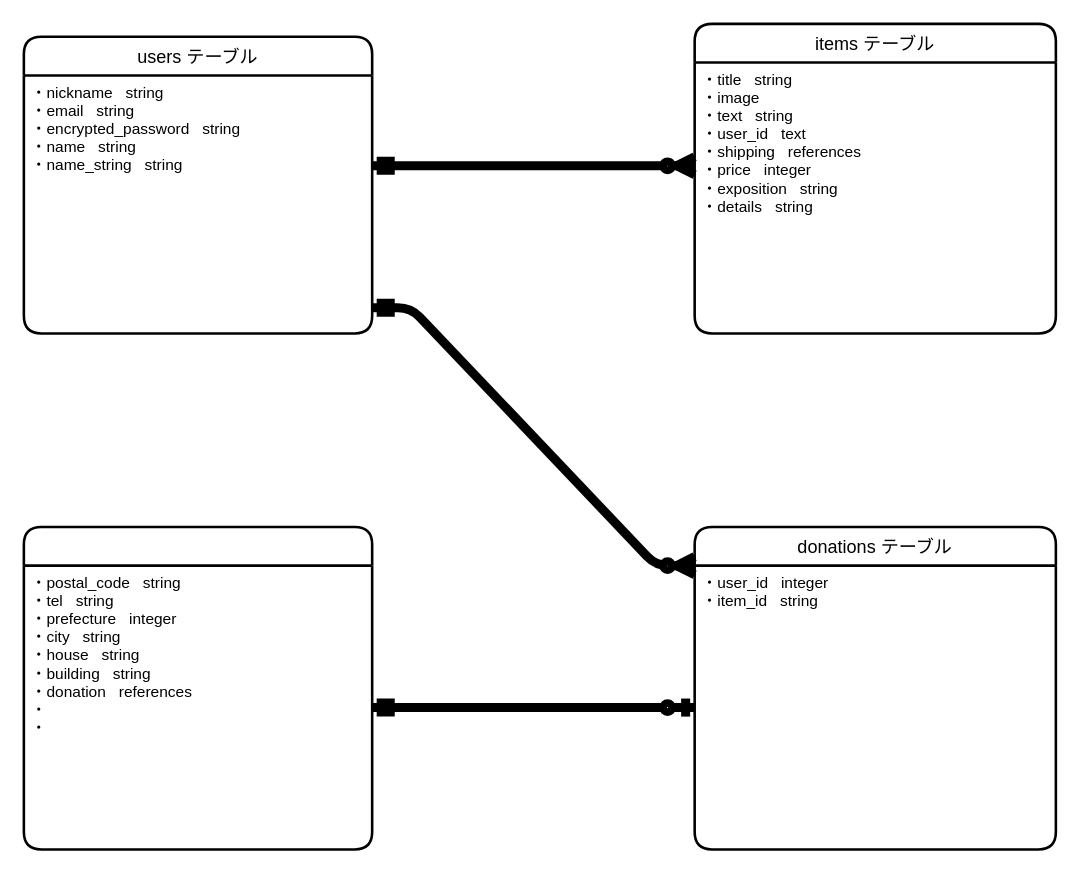
This is text.dio from mumusanaominn/furima-35950, a draw.io file, before an edit. Source tidied: cells renumbered, new cells numbered last; positions are measured from the earlier drawing's top-left corner, leaving out a move shared by most shapes. Both pictures are drawn from the tidied source at 129%, with x=0, y=0 at pixel (23, 23).
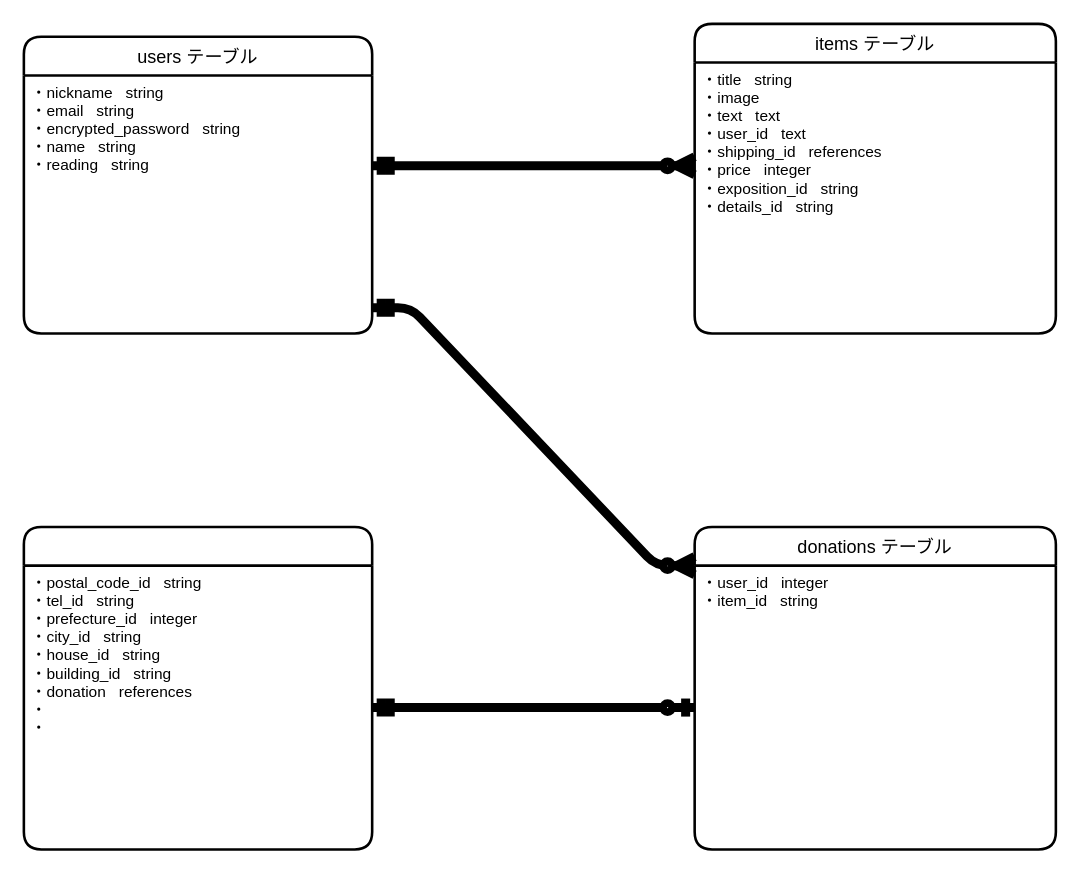
The same page after the edit.

Commit message (it also covers changes not shown here):
データベース再提出

Diff of the diagram source:
```diff
@@
 <mxGraphModel>
   <root>
     <mxCell id="0" />
     <mxCell id="1" parent="0" />
     <mxCell id="2" value="items テーブル" style="swimlane;horizontal=1;startSize=30;rounded=1;fontSize=14;fontStyle=0;strokeWidth=2;shadow=0;dashed=0;align=center;" parent="1" vertex="1">
       <mxGeometry x="520" width="280" height="240" as="geometry" />
     </mxCell>
-    <mxCell id="3" value="・title   string&#10;・image&#10;・text   string&#10;・user_id   text&#10;・shipping   references&#10;・price   integer　&#10;・exposition   string&#10;・details   string" style="align=left;strokeColor=none;fillColor=none;spacingLeft=4;fontSize=12;verticalAlign=top;" parent="2" vertex="1">
+    <mxCell id="3" value="・title   string&#10;・image&#10;・text   text&#10;・user_id   text&#10;・shipping_id   references&#10;・price   integer　&#10;・exposition_id   string&#10;・details_id   string" style="align=left;strokeColor=none;fillColor=none;spacingLeft=4;fontSize=12;verticalAlign=top;" parent="2" vertex="1">
       <mxGeometry y="30" width="280" height="210" as="geometry" />
     </mxCell>
     <mxCell id="4" value="users テーブル" style="swimlane;horizontal=1;startSize=30;rounded=1;fontSize=14;fontStyle=0;strokeWidth=2;shadow=0;dashed=0;align=center;" parent="1" vertex="1">
       <mxGeometry y="10" width="270" height="230" as="geometry" />
     </mxCell>
-    <mxCell id="5" value="・nickname   string&#10;・email   string&#10;・encrypted_password   string&#10;・name   string&#10;・name_string   string" style="align=left;strokeColor=none;fillColor=none;spacingLeft=4;fontSize=12;verticalAlign=top;" parent="4" vertex="1">
+    <mxCell id="5" value="・nickname   string&#10;・email   string&#10;・encrypted_password   string&#10;・name   string&#10;・reading   string" style="align=left;strokeColor=none;fillColor=none;spacingLeft=4;fontSize=12;verticalAlign=top;" parent="4" vertex="1">
       <mxGeometry y="30" width="270" height="200" as="geometry" />
     </mxCell>
     <mxCell id="6" value="addresses テーブル" style="swimlane;horizontal=1;startSize=30;rounded=1;fontSize=14;fontStyle=0;strokeWidth=2;shadow=0;dashed=0;align=center;fontColor=#FFFFFF;" parent="1" vertex="1">
       <mxGeometry y="390" width="270" height="250" as="geometry" />
     </mxCell>
-    <mxCell id="7" value="・postal_code   string &#10;・tel   string &#10;・prefecture   integer&#10;・city   string &#10;・house   string &#10;・building   string &#10;・donation   references&#10;・&#10;・" style="align=left;strokeColor=none;fillColor=none;spacingLeft=4;fontSize=12;verticalAlign=top;" parent="6" vertex="1">
+    <mxCell id="7" value="・postal_code_id   string &#10;・tel_id   string &#10;・prefecture_id   integer&#10;・city_id   string &#10;・house_id   string &#10;・building_id   string &#10;・donation   references&#10;・&#10;・" style="align=left;strokeColor=none;fillColor=none;spacingLeft=4;fontSize=12;verticalAlign=top;" parent="6" vertex="1">
       <mxGeometry y="30" width="270" height="220" as="geometry" />
     </mxCell>
     <mxCell id="8" value="donations テーブル" style="swimlane;horizontal=1;startSize=30;rounded=1;fontSize=14;fontStyle=0;strokeWidth=2;shadow=0;dashed=0;align=center;" parent="1" vertex="1">
       <mxGeometry x="520" y="390" width="280" height="250" as="geometry" />
     </mxCell>
     <mxCell id="9" value="・user_id   integer&#10;・item_id   string&#10;" style="align=left;strokeColor=none;fillColor=none;spacingLeft=4;fontSize=12;verticalAlign=top;" parent="8" vertex="1">
       <mxGeometry y="30" width="280" height="220" as="geometry" />
     </mxCell>
     <mxCell id="10" style="edgeStyle=entityRelationEdgeStyle;fontSize=12;html=1;endArrow=ERzeroToMany;startArrow=ERmandOne;fontColor=#FFFFFF;jumpSize=15;targetPerimeterSpacing=3;entryX=0;entryY=0.381;entryDx=0;entryDy=0;entryPerimeter=0;strokeWidth=7;sourcePerimeterSpacing=3;" parent="1" edge="1" target="3">
       <mxGeometry relative="1" as="geometry">
         <mxPoint x="270" y="110" as="sourcePoint" />
       </mxGeometry>
     </mxCell>
     <mxCell id="11" value="&lt;br&gt;" style="edgeLabel;html=1;align=center;verticalAlign=middle;fontColor=#FFFFFF;" parent="10" vertex="1">
       <mxGeometry x="0.33" y="-4" relative="1" as="geometry" />
     </mxCell>
     <mxCell id="12" style="edgeStyle=entityRelationEdgeStyle;fontSize=12;html=1;endArrow=ERzeroToMany;startArrow=ERmandOne;fontColor=#FFFFFF;sourcePerimeterSpacing=3;targetPerimeterSpacing=3;strokeWidth=7;entryX=0;entryY=0;entryDx=0;entryDy=0;" parent="1" edge="1" target="9">
       <mxGeometry relative="1" as="geometry">
         <mxPoint x="270" y="220" as="sourcePoint" />
       </mxGeometry>
     </mxCell>
     <mxCell id="13" style="edgeStyle=entityRelationEdgeStyle;fontSize=12;html=1;endArrow=ERzeroToOne;startArrow=ERmandOne;fontColor=#FFFFFF;sourcePerimeterSpacing=3;targetPerimeterSpacing=3;strokeWidth=7;entryX=0;entryY=0.5;entryDx=0;entryDy=0;entryPerimeter=0;" parent="1" edge="1" target="9">
       <mxGeometry relative="1" as="geometry">
         <mxPoint x="270" y="530" as="sourcePoint" />
       </mxGeometry>
     </mxCell>
   </root>
 </mxGraphModel>
```
